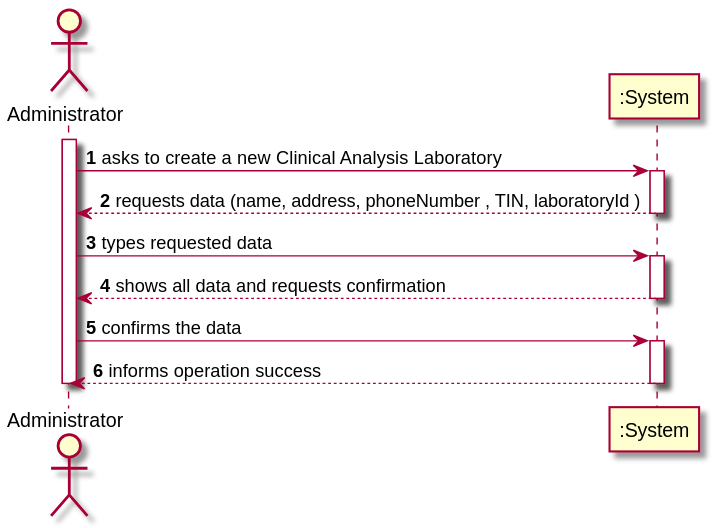
Above: docs/SprintB/US08/US08_SSD.svg in manu-07-ela/LAPR2_ISEP (PlantUML), before the change.
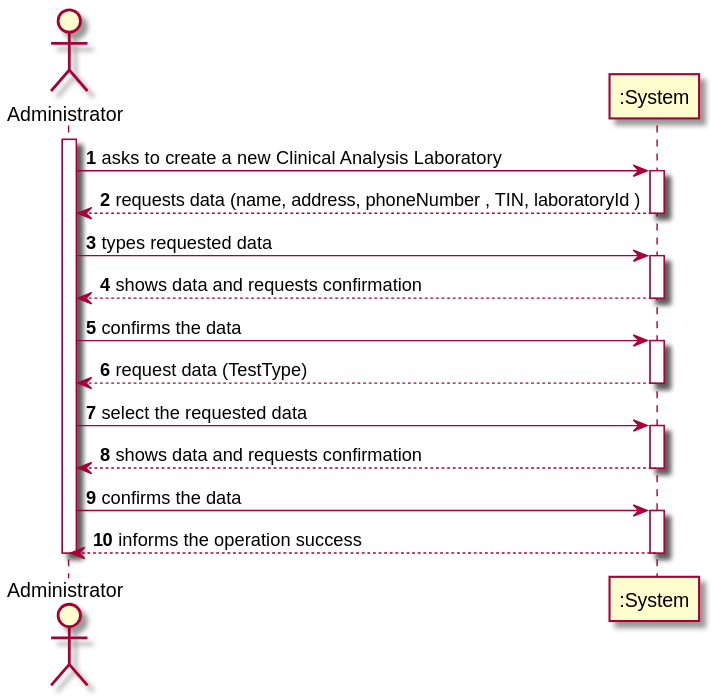
After the change.

Diff of the diagram source:
```diff
@@ -11,12 +11,24 @@
 
 Adm -> ":System" : types requested data
 activate ":System"
-":System" --> Adm : shows all data and requests confirmation
+":System" --> Adm : shows data and requests confirmation
 deactivate ":System"
 
 Adm -> ":System" : confirms the data
 activate ":System"
-":System" --> Adm : informs operation success
+":System" --> Adm : request data (TestType)
+deactivate ":System"
+
+Adm -> ":System" : select the requested data
+activate ":System"
+":System" --> Adm : shows data and requests confirmation
+deactivate ":System"
+
+
+
+Adm -> ":System" : confirms the data
+activate ":System"
+":System" --> Adm : informs the operation success
 deactivate ":System"
 
 deactivate Adm
```
